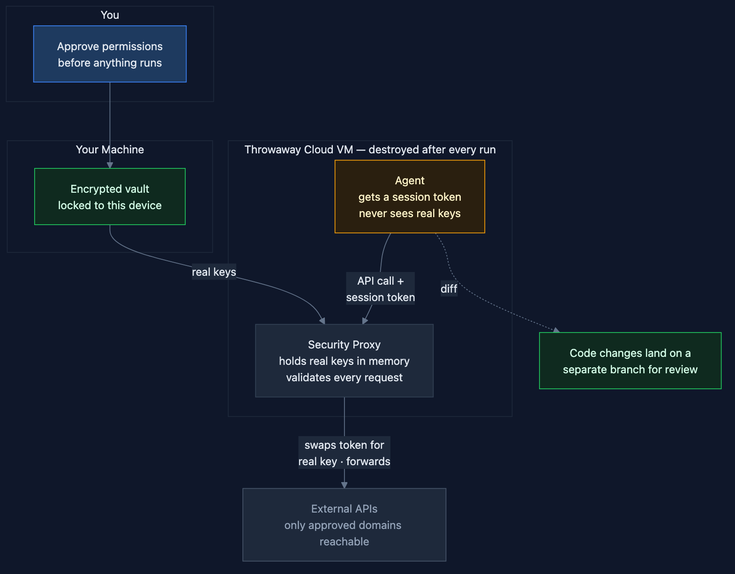
Above: docs/diagrams/security-model.png in andybrowning5/primordial-agentstore (Mermaid), before the change. Its source is kept beside it as docs/diagrams/security-model.mmd.
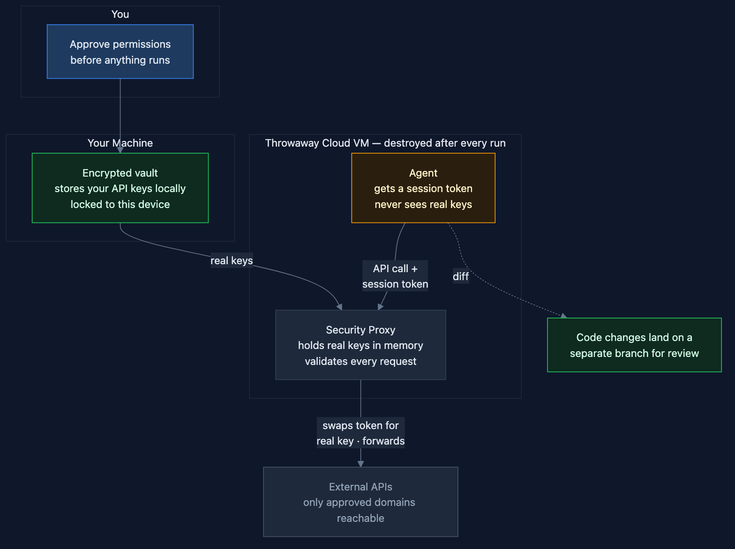
After the change.

Commit message:
Clarify vault stores user's API keys in security diagram

The edit, as a diff of the source:
```diff
@@ -4,7 +4,7 @@
     end
 
     subgraph machine ["Your Machine"]
-        vault["Encrypted vault\nlocked to this device"]
+        vault["Encrypted vault\nstores your API keys locally\nlocked to this device"]
     end
 
     subgraph cloud ["Throwaway Cloud VM — destroyed after every run"]
```
